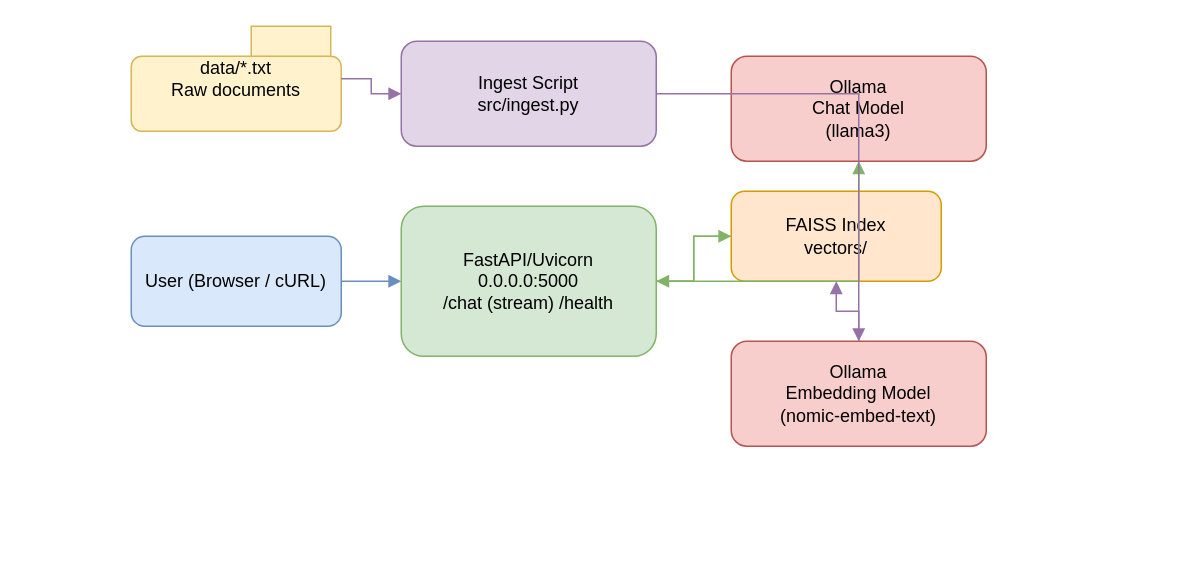
mhaya/ollama_rag_test keeps this draw.io diagram as docs/architecture.drawio. Above is the earlier version. Source tidied: cells renumbered, new cells numbered last; positions are measured from the earlier drawing's top-left corner, leaving out a move shared by most shapes. Both pictures are drawn from the tidied source at 150%, with x=0, y=0 at pixel (130, 26).
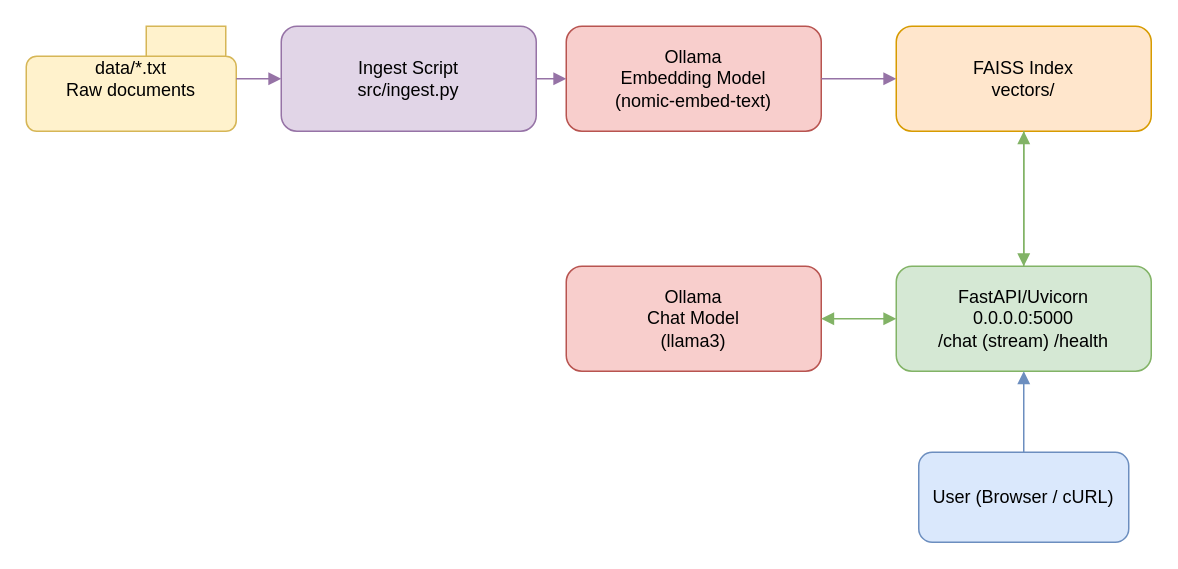
Above is the later version.

Diff of the diagram source:
```diff
@@
 <mxGraphModel>
   <root>
     <mxCell id="0" />
     <mxCell id="1" parent="0" />
     <mxCell id="2" value="User (Browser / cURL)" style="rounded=1;whiteSpace=wrap;html=1;fillColor=#dae8fc;strokeColor=#6c8ebf;" parent="1" vertex="1">
-      <mxGeometry y="140" width="140" height="60" as="geometry" />
+      <mxGeometry x="525" y="284" width="140" height="60" as="geometry" />
     </mxCell>
     <mxCell id="3" value="FastAPI/Uvicorn&#10;0.0.0.0:5000&#10;/chat (stream) /health" style="rounded=1;whiteSpace=wrap;html=1;fillColor=#d5e8d4;strokeColor=#82b366;" parent="1" vertex="1">
-      <mxGeometry x="180" y="120" width="170" height="100" as="geometry" />
+      <mxGeometry x="510" y="160" width="170" height="70" as="geometry" />
     </mxCell>
     <mxCell id="4" value="FAISS Index&#10;vectors/" style="rounded=1;whiteSpace=wrap;html=1;fillColor=#ffe6cc;strokeColor=#d79b00;" parent="1" vertex="1">
-      <mxGeometry x="400" y="110" width="140" height="60" as="geometry" />
+      <mxGeometry x="510" width="170" height="70" as="geometry" />
     </mxCell>
     <mxCell id="5" value="Ollama&#10;Embedding Model&#10;(nomic-embed-text)" style="rounded=1;whiteSpace=wrap;html=1;fillColor=#f8cecc;strokeColor=#b85450;" parent="1" vertex="1">
-      <mxGeometry x="400" y="210" width="170" height="70" as="geometry" />
+      <mxGeometry x="290" width="170" height="70" as="geometry" />
     </mxCell>
     <mxCell id="6" value="Ollama&#10;Chat Model&#10;(llama3)" style="rounded=1;whiteSpace=wrap;html=1;fillColor=#f8cecc;strokeColor=#b85450;" parent="1" vertex="1">
-      <mxGeometry x="400" y="20" width="170" height="70" as="geometry" />
+      <mxGeometry x="290" y="160" width="170" height="70" as="geometry" />
     </mxCell>
     <mxCell id="7" value="data/*.txt&#10;Raw documents" style="shape=folder;whiteSpace=wrap;html=1;rounded=1;fillColor=#fff2cc;strokeColor=#d6b656;" parent="1" vertex="1">
-      <mxGeometry width="140" height="70" as="geometry" />
+      <mxGeometry x="-70" width="140" height="70" as="geometry" />
     </mxCell>
     <mxCell id="8" value="Ingest Script&#10;src/ingest.py" style="rounded=1;whiteSpace=wrap;html=1;fillColor=#e1d5e7;strokeColor=#9673a6;" parent="1" vertex="1">
-      <mxGeometry x="180" y="10" width="170" height="70" as="geometry" />
+      <mxGeometry x="100" width="170" height="70" as="geometry" />
     </mxCell>
     <mxCell id="9" style="edgeStyle=orthogonalEdgeStyle;rounded=0;endArrow=block;html=1;strokeColor=#6c8ebf;" parent="1" edge="1" source="2" target="3">
       <mxGeometry relative="1" as="geometry" />
     </mxCell>
     <mxCell id="10" style="edgeStyle=orthogonalEdgeStyle;rounded=0;endArrow=block;html=1;strokeColor=#82b366;" parent="1" edge="1" source="3" target="4">
       <mxGeometry relative="1" as="geometry" />
     </mxCell>
-    <mxCell id="11" style="edgeStyle=orthogonalEdgeStyle;rounded=0;endArrow=block;html=1;strokeColor=#82b366;" parent="1" edge="1" source="3" target="6">
+    <mxCell id="11" style="edgeStyle=orthogonalEdgeStyle;rounded=0;endArrow=block;html=1;strokeColor=#82b366;startArrow=block;startFill=1;" parent="1" edge="1" source="3" target="6">
       <mxGeometry relative="1" as="geometry" />
     </mxCell>
     <mxCell id="12" style="edgeStyle=orthogonalEdgeStyle;rounded=0;endArrow=block;html=1;strokeColor=#82b366;" parent="1" edge="1" source="4" target="3">
       <mxGeometry relative="1" as="geometry" />
     </mxCell>
     <mxCell id="13" style="edgeStyle=orthogonalEdgeStyle;rounded=0;endArrow=block;html=1;strokeColor=#9673a6;" parent="1" edge="1" source="7" target="8">
       <mxGeometry relative="1" as="geometry" />
     </mxCell>
     <mxCell id="14" style="edgeStyle=orthogonalEdgeStyle;rounded=0;endArrow=block;html=1;strokeColor=#9673a6;" parent="1" edge="1" source="8" target="5">
       <mxGeometry relative="1" as="geometry" />
     </mxCell>
     <mxCell id="15" style="edgeStyle=orthogonalEdgeStyle;rounded=0;endArrow=block;html=1;strokeColor=#9673a6;" parent="1" edge="1" source="5" target="4">
       <mxGeometry relative="1" as="geometry" />
     </mxCell>
   </root>
 </mxGraphModel>
```
